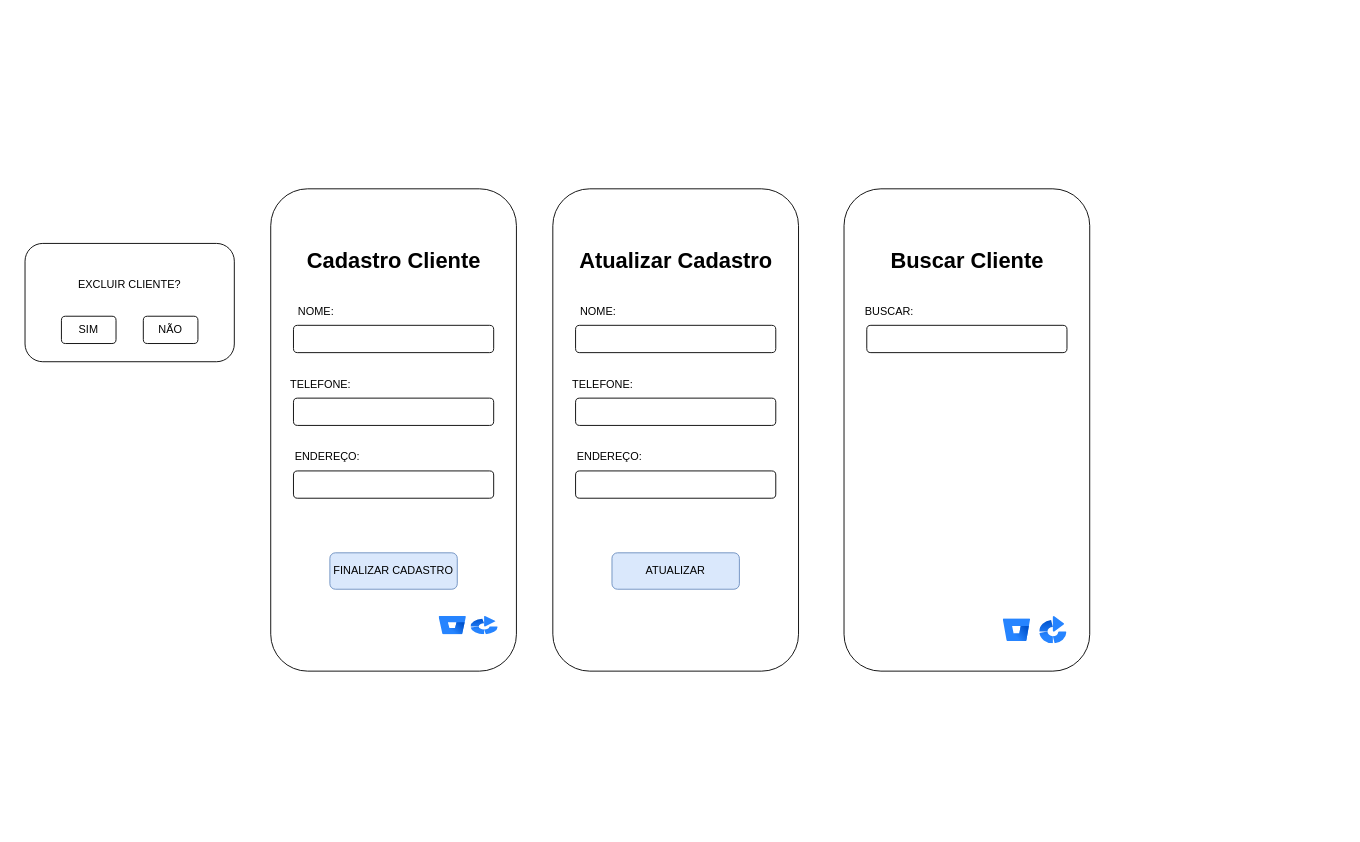
This is page "Página-1" (1 of 4) of DOC/tela.drawio from juliareis14/avatar.app, a draw.io file, before an edit. Source tidied: cells renumbered, new cells numbered last; positions are measured from the earlier drawing's top-left corner, leaving out a move shared by most shapes. Both pictures are drawn from the tidied source at 91%, with x=0, y=0 at pixel (25, 188).
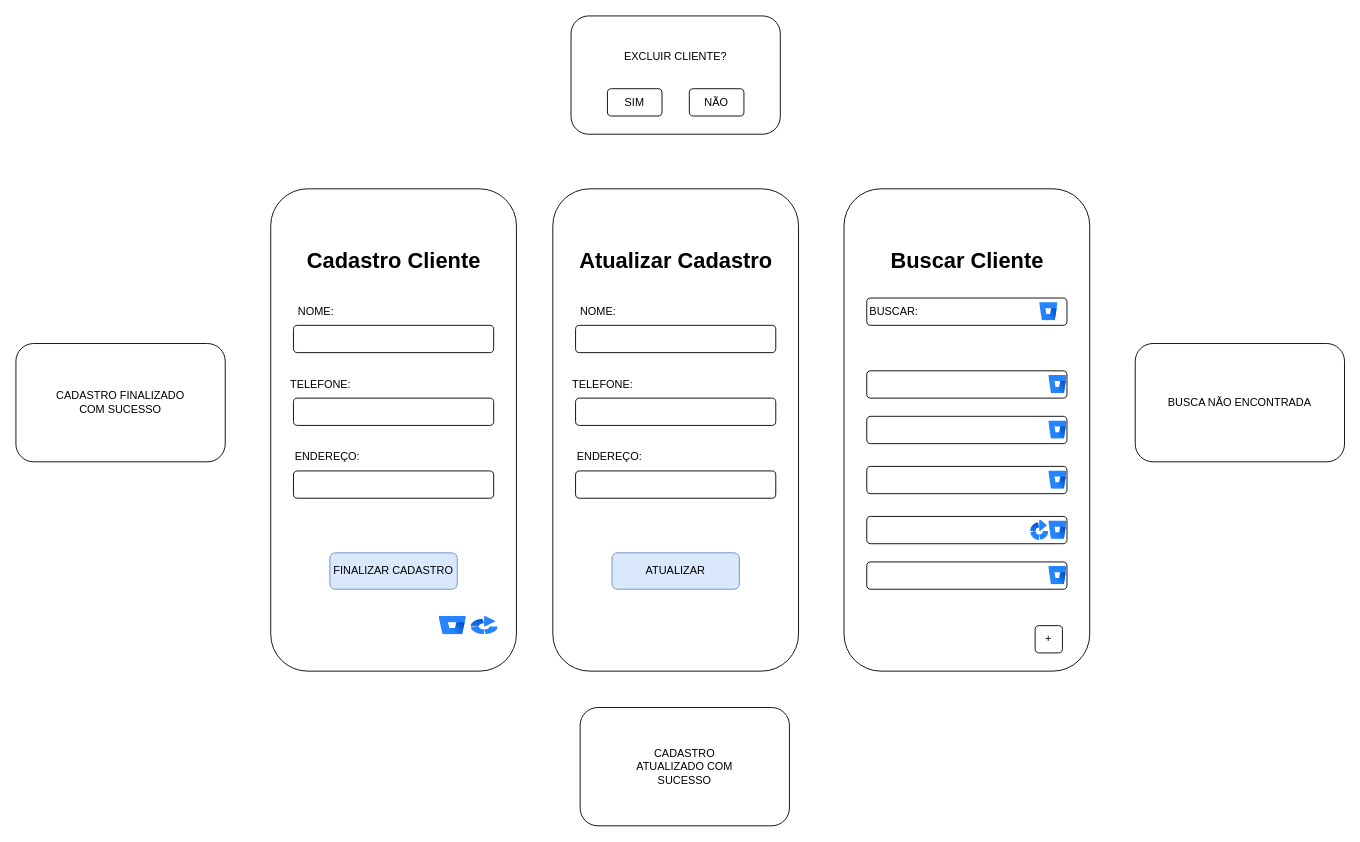
Above is the later version.

Diff of the diagram source:
```diff
@@
     <mxCell id="11" style="rounded=1;whiteSpace=wrap;html=1;" parent="1" vertex="1">
-      <mxGeometry y="60" width="230" height="130" as="geometry" />
+      <mxGeometry x="600" y="-190" width="230" height="130" as="geometry" />
     </mxCell>
     <mxCell id="12" value="SIM" style="rounded=1;whiteSpace=wrap;html=1;" parent="1" vertex="1">
-      <mxGeometry x="40" y="140" width="60" height="30" as="geometry" />
+      <mxGeometry x="640" y="-110" width="60" height="30" as="geometry" />
     </mxCell>
     <mxCell id="13" value="NÃO" style="rounded=1;whiteSpace=wrap;html=1;" parent="1" vertex="1">
-      <mxGeometry x="130" y="140" width="60" height="30" as="geometry" />
+      <mxGeometry x="730" y="-110" width="60" height="30" as="geometry" />
     </mxCell>
     <mxCell id="14" value="EXCLUIR CLIENTE?" style="text;html=1;align=center;verticalAlign=middle;whiteSpace=wrap;rounded=0;" parent="1" vertex="1">
-      <mxGeometry x="50" y="90" width="130" height="30" as="geometry" />
+      <mxGeometry x="650" y="-160" width="130" height="30" as="geometry" />
     </mxCell>
@@
     <mxCell id="28" style="rounded=1;whiteSpace=wrap;html=1;" parent="1" vertex="1">
-      <mxGeometry x="925" y="150" width="220" height="30" as="geometry" />
+      <mxGeometry x="925" y="120" width="220" height="30" as="geometry" />
     </mxCell>
     <mxCell id="29" value="BUSCAR:" style="text;html=1;align=center;verticalAlign=middle;whiteSpace=wrap;rounded=0;" parent="1" vertex="1">
-      <mxGeometry x="920" y="120" width="60" height="30" as="geometry" />
+      <mxGeometry x="925" y="120" width="60" height="30" as="geometry" />
     </mxCell>
-    <mxCell id="30" style="image;html=1;image=img/lib/atlassian/Bitbucket_Logo.svg;" parent="1" vertex="1">
-      <mxGeometry x="1075" y="472.5" width="30" height="25" as="geometry" />
-    </mxCell>
-    <mxCell id="31" style="image;html=1;image=img/lib/atlassian/Bamboo_Logo.svg;direction=east;" parent="1" vertex="1">
-      <mxGeometry x="1115" y="470" width="30" height="30" as="geometry" />
-    </mxCell>
+    <mxCell id="32" style="image;html=1;image=img/lib/atlassian/Bitbucket_Logo.svg;" parent="1" vertex="1">
+      <mxGeometry x="1115" y="125" width="20" height="20" as="geometry" />
+    </mxCell>
+    <mxCell id="33" style="rounded=1;whiteSpace=wrap;html=1;" parent="1" vertex="1">
+      <mxGeometry x="-10" y="170" width="230" height="130" as="geometry" />
+    </mxCell>
+    <mxCell id="34" value="CADASTRO FINALIZADO&lt;div&gt;COM SUCESSO&lt;/div&gt;" style="text;html=1;align=center;verticalAlign=middle;whiteSpace=wrap;rounded=0;" parent="1" vertex="1">
+      <mxGeometry x="30" y="200" width="150" height="70" as="geometry" />
+    </mxCell>
+    <mxCell id="35" style="rounded=1;whiteSpace=wrap;html=1;" parent="1" vertex="1">
+      <mxGeometry x="610" y="570" width="230" height="130" as="geometry" />
+    </mxCell>
+    <mxCell id="36" value="CADASTRO ATUALIZADO COM SUCESSO" style="text;html=1;align=center;verticalAlign=middle;whiteSpace=wrap;rounded=0;" parent="1" vertex="1">
+      <mxGeometry x="660" y="605" width="130" height="60" as="geometry" />
+    </mxCell>
+    <mxCell id="37" value="BUSCA NÃO ENCONTRADA" style="rounded=1;whiteSpace=wrap;html=1;" parent="1" vertex="1">
+      <mxGeometry x="1220" y="170" width="230" height="130" as="geometry" />
+    </mxCell>
+    <mxCell id="38" style="rounded=1;whiteSpace=wrap;html=1;" parent="1" vertex="1">
+      <mxGeometry x="925" y="200" width="220" height="30" as="geometry" />
+    </mxCell>
+    <mxCell id="39" style="rounded=1;whiteSpace=wrap;html=1;" parent="1" vertex="1">
+      <mxGeometry x="925" y="250" width="220" height="30" as="geometry" />
+    </mxCell>
+    <mxCell id="40" style="rounded=1;whiteSpace=wrap;html=1;" parent="1" vertex="1">
+      <mxGeometry x="925" y="305" width="220" height="30" as="geometry" />
+    </mxCell>
+    <mxCell id="41" style="rounded=1;whiteSpace=wrap;html=1;" parent="1" vertex="1">
+      <mxGeometry x="925" y="360" width="220" height="30" as="geometry" />
+    </mxCell>
+    <mxCell id="42" style="rounded=1;whiteSpace=wrap;html=1;" parent="1" vertex="1">
+      <mxGeometry x="925" y="410" width="220" height="30" as="geometry" />
+    </mxCell>
+    <mxCell id="43" style="image;html=1;image=img/lib/atlassian/Bitbucket_Logo.svg;" parent="1" vertex="1">
+      <mxGeometry x="1125" y="205" width="20" height="20" as="geometry" />
+    </mxCell>
+    <mxCell id="44" style="image;html=1;image=img/lib/atlassian/Bitbucket_Logo.svg;" parent="1" vertex="1">
+      <mxGeometry x="1125" y="255" width="20" height="20" as="geometry" />
+    </mxCell>
+    <mxCell id="45" style="image;html=1;image=img/lib/atlassian/Bitbucket_Logo.svg;" parent="1" vertex="1">
+      <mxGeometry x="1125" y="310" width="20" height="20" as="geometry" />
+    </mxCell>
+    <mxCell id="46" style="image;html=1;image=img/lib/atlassian/Bitbucket_Logo.svg;" parent="1" vertex="1">
+      <mxGeometry x="1125" y="365" width="20" height="20" as="geometry" />
+    </mxCell>
+    <mxCell id="47" style="image;html=1;image=img/lib/atlassian/Bitbucket_Logo.svg;" parent="1" vertex="1">
+      <mxGeometry x="1125" y="415" width="20" height="20" as="geometry" />
+    </mxCell>
+    <mxCell id="48" style="image;html=1;image=img/lib/atlassian/Bamboo_Logo.svg;direction=east;" parent="1" vertex="1">
+      <mxGeometry x="1105" y="363.8" width="20" height="22.5" as="geometry" />
+    </mxCell>
+    <mxCell id="49" value="+" style="rounded=1;whiteSpace=wrap;html=1;direction=south;" parent="1" vertex="1">
+      <mxGeometry x="1110" y="480" width="30" height="30" as="geometry" />
+    </mxCell>
```
